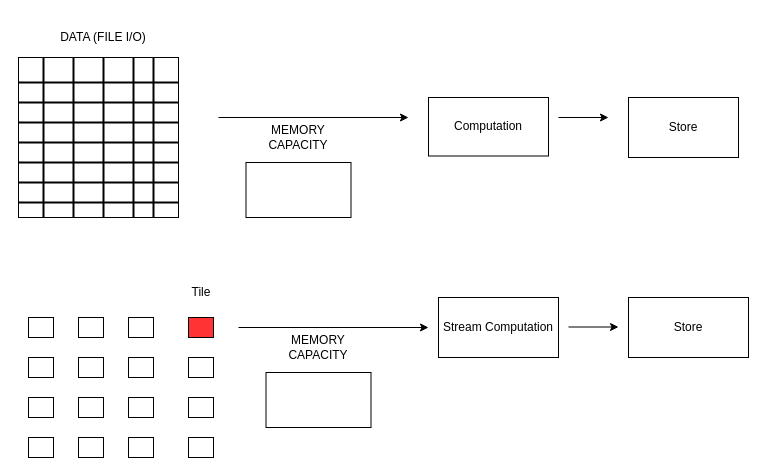
Before: page "Page-1" (1 of 2) of Untitled Diagram.drawio in kalyanbhetwal/thesis-drawings, a draw.io diagram. Source tidied: cells renumbered, new cells numbered last; positions are measured from the earlier drawing's top-left corner, leaving out a move shared by most shapes. Both pictures are drawn from the tidied source at 100%, with x=0, y=0 at pixel (18, 17).
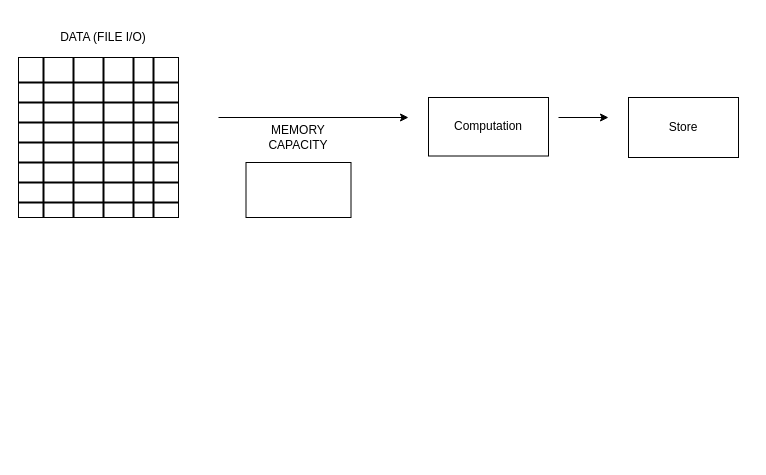
The same page after the edit.

Change to the diagram source:
```diff
@@
-    <mxCell id="15" style="rounded=0;whiteSpace=wrap;html=1;" parent="1" vertex="1">
-      <mxGeometry x="170" y="380" width="25" height="20" as="geometry" />
-    </mxCell>
-    <mxCell id="16" style="rounded=0;whiteSpace=wrap;html=1;" parent="1" vertex="1">
-      <mxGeometry x="170" y="340" width="25" height="20" as="geometry" />
-    </mxCell>
-    <mxCell id="17" style="rounded=0;whiteSpace=wrap;html=1;" parent="1" vertex="1">
-      <mxGeometry x="170" y="420" width="25" height="20" as="geometry" />
-    </mxCell>
-    <mxCell id="18" style="rounded=0;whiteSpace=wrap;html=1;fillColor=#FF3333;" parent="1" vertex="1">
-      <mxGeometry x="170" y="300" width="25" height="20" as="geometry" />
-    </mxCell>
-    <mxCell id="19" style="rounded=0;whiteSpace=wrap;html=1;" parent="1" vertex="1">
-      <mxGeometry x="10" y="380" width="25" height="20" as="geometry" />
-    </mxCell>
-    <mxCell id="20" style="rounded=0;whiteSpace=wrap;html=1;" parent="1" vertex="1">
-      <mxGeometry x="10" y="340" width="25" height="20" as="geometry" />
-    </mxCell>
-    <mxCell id="21" style="rounded=0;whiteSpace=wrap;html=1;" parent="1" vertex="1">
-      <mxGeometry x="10" y="420" width="25" height="20" as="geometry" />
-    </mxCell>
-    <mxCell id="22" style="rounded=0;whiteSpace=wrap;html=1;" parent="1" vertex="1">
-      <mxGeometry x="10" y="300" width="25" height="20" as="geometry" />
-    </mxCell>
-    <mxCell id="23" style="rounded=0;whiteSpace=wrap;html=1;" parent="1" vertex="1">
-      <mxGeometry x="60" y="380" width="25" height="20" as="geometry" />
-    </mxCell>
-    <mxCell id="24" style="rounded=0;whiteSpace=wrap;html=1;" parent="1" vertex="1">
-      <mxGeometry x="60" y="340" width="25" height="20" as="geometry" />
-    </mxCell>
-    <mxCell id="25" style="rounded=0;whiteSpace=wrap;html=1;" parent="1" vertex="1">
-      <mxGeometry x="60" y="420" width="25" height="20" as="geometry" />
-    </mxCell>
-    <mxCell id="26" style="rounded=0;whiteSpace=wrap;html=1;" parent="1" vertex="1">
-      <mxGeometry x="60" y="300" width="25" height="20" as="geometry" />
-    </mxCell>
-    <mxCell id="27" style="rounded=0;whiteSpace=wrap;html=1;" parent="1" vertex="1">
-      <mxGeometry x="110" y="380" width="25" height="20" as="geometry" />
-    </mxCell>
-    <mxCell id="28" style="rounded=0;whiteSpace=wrap;html=1;" parent="1" vertex="1">
-      <mxGeometry x="110" y="340" width="25" height="20" as="geometry" />
-    </mxCell>
-    <mxCell id="29" style="rounded=0;whiteSpace=wrap;html=1;" parent="1" vertex="1">
-      <mxGeometry x="110" y="420" width="25" height="20" as="geometry" />
-    </mxCell>
-    <mxCell id="30" style="rounded=0;whiteSpace=wrap;html=1;" parent="1" vertex="1">
-      <mxGeometry x="110" y="300" width="25" height="20" as="geometry" />
-    </mxCell>
@@
-    <mxCell id="37" style="rounded=0;whiteSpace=wrap;html=1;fillColor=#FFFFFF;" parent="1" vertex="1">
-      <mxGeometry x="247.5" y="355" width="105" height="55" as="geometry" />
-    </mxCell>
-    <mxCell id="38" value="MEMORY CAPACITY" style="text;html=1;strokeColor=none;fillColor=none;align=center;verticalAlign=middle;whiteSpace=wrap;rounded=0;" parent="1" vertex="1">
-      <mxGeometry x="270" y="315" width="60" height="30" as="geometry" />
-    </mxCell>
-    <mxCell id="39" style="endArrow=classic;html=1;rounded=0;" parent="1" edge="1">
-      <mxGeometry relative="1" as="geometry">
-        <mxPoint x="220" y="310" as="sourcePoint" />
-        <mxPoint x="410" y="310" as="targetPoint" />
-      </mxGeometry>
-    </mxCell>
-    <mxCell id="40" value="Stream Computation" style="rounded=0;whiteSpace=wrap;html=1;fillColor=#FFFFFF;" parent="1" vertex="1">
-      <mxGeometry x="420" y="280" width="120" height="60" as="geometry" />
-    </mxCell>
-    <mxCell id="41" value="Store" style="rounded=0;whiteSpace=wrap;html=1;fillColor=#FFFFFF;" parent="1" vertex="1">
-      <mxGeometry x="610" y="280" width="120" height="60" as="geometry" />
-    </mxCell>
-    <mxCell id="42" value="Tile" style="text;html=1;strokeColor=none;fillColor=none;align=center;verticalAlign=middle;whiteSpace=wrap;rounded=0;" parent="1" vertex="1">
-      <mxGeometry x="152.5" y="260" width="60" height="30" as="geometry" />
-    </mxCell>
@@
-    <mxCell id="44" style="endArrow=classic;html=1;rounded=0;" parent="1" edge="1">
-      <mxGeometry relative="1" as="geometry">
-        <mxPoint x="550" y="309.5" as="sourcePoint" />
-        <mxPoint x="600" y="309.5" as="targetPoint" />
-      </mxGeometry>
-    </mxCell>
```
